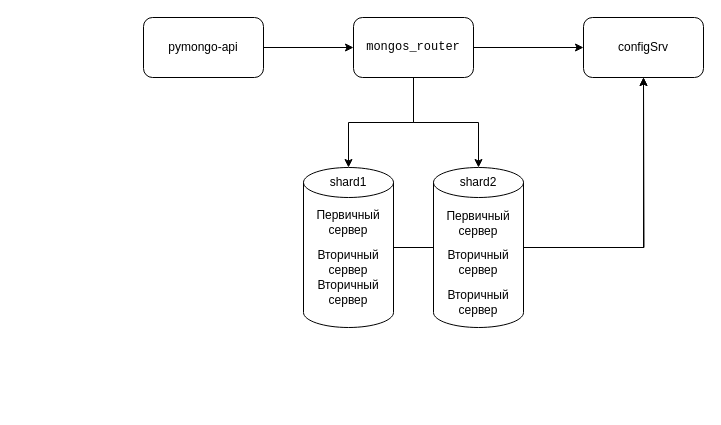
sadam-agashirinov/sprint-2-task keeps this draw.io diagram as page "Задание №1 - Схема №2" (3 of 6) of schema.drawio. Above is the earlier version. Source tidied: cells renumbered, new cells numbered last; positions are measured from the earlier drawing's top-left corner, leaving out a move shared by most shapes. Both pictures are drawn from the tidied source at 100%, with x=0, y=0 at pixel (143, 17).
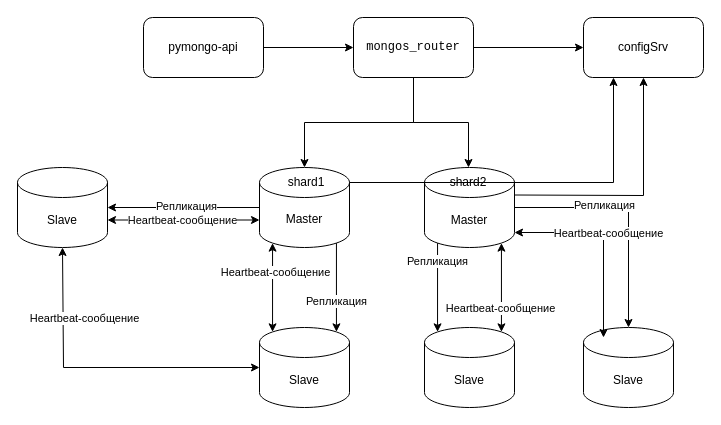
The same diagram, later.

Unchanged cells that the change refers to:
```xml
<mxCell id="6" value="&lt;pre class=&quot;code-block__code-wrapper&quot;&gt;&lt;code class=&quot;code-block__code bash&quot;&gt;mongos_router&lt;/code&gt;&lt;/pre&gt;" style="rounded=1;whiteSpace=wrap;html=1;" parent="1" vertex="1">
  <mxGeometry x="210" width="120" height="60" as="geometry" />
</mxCell>
<mxCell id="20" value="configSrv" style="rounded=1;whiteSpace=wrap;html=1;" parent="1" vertex="1">
  <mxGeometry x="440" width="120" height="60" as="geometry" />
</mxCell>
```

The edit, as a diff of the source:
```diff
@@
-    <mxCell id="5" style="edgeStyle=orthogonalEdgeStyle;rounded=0;jettySize=auto;html=1;" parent="1" edge="1" source="6" target="15">
-      <mxGeometry relative="1" as="geometry" />
-    </mxCell>
+    <mxCell id="23" style="edgeStyle=orthogonalEdgeStyle;rounded=0;jettySize=auto;html=1;entryX=0.5;entryY=0;entryDx=0;entryDy=0;" parent="1" edge="1" source="6" target="16">
+      <mxGeometry relative="1" as="geometry" />
+    </mxCell>
@@
     <mxCell id="7" style="group;" parent="1" vertex="1">
-      <mxGeometry x="160" y="150" width="90" height="160" as="geometry" />
+      <mxGeometry x="150" y="150" width="90" height="80" as="geometry" />
     </mxCell>
-    <mxCell id="8" style="edgeStyle=orthogonalEdgeStyle;rounded=0;jettySize=auto;html=1;" parent="7" edge="1" source="9">
-      <mxGeometry relative="1" as="geometry">
-        <mxPoint x="340" y="-90" as="targetPoint" />
-      </mxGeometry>
-    </mxCell>
     <mxCell id="9" style="shape=cylinder3;whiteSpace=wrap;html=1;boundedLbl=1;backgroundOutline=1;size=15;" parent="7" vertex="1">
-      <mxGeometry width="90" height="160" as="geometry" />
+      <mxGeometry x="-34" width="90" height="80" as="geometry" />
     </mxCell>
     <mxCell id="10" value="shard1" style="text;html=1;align=center;verticalAlign=middle;whiteSpace=wrap;rounded=0;" parent="7" vertex="1">
-      <mxGeometry x="15" width="60" height="30" as="geometry" />
+      <mxGeometry x="-17" y="7" width="60" height="15" as="geometry" />
     </mxCell>
-    <mxCell id="11" value="Первичный сервер" style="text;html=1;align=center;verticalAlign=middle;whiteSpace=wrap;rounded=0;" parent="7" vertex="1">
-      <mxGeometry x="15" y="40" width="60" height="30" as="geometry" />
+    <mxCell id="11" value="Master" style="text;html=1;align=center;verticalAlign=middle;whiteSpace=wrap;rounded=0;" parent="7" vertex="1">
+      <mxGeometry x="-19" y="44" width="60" height="15" as="geometry" />
     </mxCell>
-    <mxCell id="12" value="Вторичный сервер" style="text;html=1;align=center;verticalAlign=middle;whiteSpace=wrap;rounded=0;" parent="7" vertex="1">
-      <mxGeometry x="15" y="80" width="60" height="30" as="geometry" />
-    </mxCell>
-    <mxCell id="13" value="Вторичный сервер" style="text;html=1;align=center;verticalAlign=middle;whiteSpace=wrap;rounded=0;" parent="7" vertex="1">
-      <mxGeometry x="15" y="110" width="60" height="30" as="geometry" />
-    </mxCell>
-    <mxCell id="14" style="group;" parent="1" vertex="1">
-      <mxGeometry x="290" y="150" width="90" height="160" as="geometry" />
-    </mxCell>
-    <mxCell id="15" style="shape=cylinder3;whiteSpace=wrap;html=1;boundedLbl=1;backgroundOutline=1;size=15;" parent="14" vertex="1">
-      <mxGeometry width="90" height="160" as="geometry" />
-    </mxCell>
-    <mxCell id="16" value="shard2" style="text;html=1;align=center;verticalAlign=middle;whiteSpace=wrap;rounded=0;" parent="14" vertex="1">
-      <mxGeometry x="15" y="-12" width="60" height="53.3" as="geometry" />
-    </mxCell>
-    <mxCell id="17" value="Первичный сервер" style="text;html=1;align=center;verticalAlign=middle;whiteSpace=wrap;rounded=0;" parent="14" vertex="1">
-      <mxGeometry x="15" y="41.3" width="60" height="30" as="geometry" />
-    </mxCell>
-    <mxCell id="18" value="Вторичный сервер" style="text;html=1;align=center;verticalAlign=middle;whiteSpace=wrap;rounded=0;" parent="14" vertex="1">
-      <mxGeometry x="15" y="80" width="60" height="30" as="geometry" />
-    </mxCell>
-    <mxCell id="19" value="Вторичный сервер" style="text;html=1;align=center;verticalAlign=middle;whiteSpace=wrap;rounded=0;" parent="14" vertex="1">
-      <mxGeometry x="15" y="120" width="60" height="30" as="geometry" />
-    </mxCell>
@@
-    <mxCell id="21" style="edgeStyle=orthogonalEdgeStyle;rounded=0;jettySize=auto;html=1;entryX=0.5;entryY=0;entryDx=0;entryDy=0;entryPerimeter=0;" parent="1" edge="1" source="6" target="9">
+    <mxCell id="21" style="edgeStyle=orthogonalEdgeStyle;rounded=0;jettySize=auto;html=1;entryX=0.5;entryY=0;entryDx=0;entryDy=0;entryPerimeter=0;exitX=0.5;exitY=1;exitDx=0;exitDy=0;" parent="1" edge="1" source="6" target="9">
       <mxGeometry relative="1" as="geometry" />
     </mxCell>
-    <mxCell id="22" style="edgeStyle=orthogonalEdgeStyle;rounded=0;jettySize=auto;html=1;entryX=0.5;entryY=1;entryDx=0;entryDy=0;" parent="1" edge="1" source="15" target="20">
-      <mxGeometry relative="1" as="geometry" />
-    </mxCell>
+    <mxCell id="24" value="Slave" style="shape=cylinder3;whiteSpace=wrap;html=1;boundedLbl=1;backgroundOutline=1;size=15;" parent="1" vertex="1">
+      <mxGeometry x="116" y="310" width="90" height="80" as="geometry" />
+    </mxCell>
+    <mxCell id="25" style="edgeStyle=orthogonalEdgeStyle;rounded=0;jettySize=auto;html=1;exitX=0.855;exitY=1;exitDx=0;exitDy=-4.35;exitPerimeter=0;entryX=0.855;entryY=0;entryDx=0;entryDy=4.35;entryPerimeter=0;" parent="1" edge="1" source="9" target="24">
+      <mxGeometry relative="1" as="geometry" />
+    </mxCell>
+    <mxCell id="26" value="Репликация" style="edgeLabel;html=1;align=center;verticalAlign=middle;" parent="25" vertex="1">
+      <mxGeometry x="-0.11" relative="1" as="geometry">
+        <mxPoint y="19" as="offset" />
+      </mxGeometry>
+    </mxCell>
+    <mxCell id="27" value="Slave" style="shape=cylinder3;whiteSpace=wrap;html=1;boundedLbl=1;backgroundOutline=1;size=15;" parent="1" vertex="1">
+      <mxGeometry x="-126" y="150" width="90" height="80" as="geometry" />
+    </mxCell>
+    <mxCell id="28" style="edgeStyle=orthogonalEdgeStyle;rounded=0;jettySize=auto;html=1;" parent="1" edge="1" source="9" target="27">
+      <mxGeometry relative="1" as="geometry" />
+    </mxCell>
+    <mxCell id="29" value="Репликация" style="edgeLabel;html=1;align=center;verticalAlign=middle;" parent="28" vertex="1">
+      <mxGeometry x="-0.02" y="-2" relative="1" as="geometry" />
+    </mxCell>
+    <mxCell id="30" style="endArrow=classic;startArrow=classic;html=1;rounded=0;entryX=0.5;entryY=1;entryDx=0;entryDy=0;entryPerimeter=0;exitX=0;exitY=0.5;exitDx=0;exitDy=0;exitPerimeter=0;" parent="1" edge="1" source="24" target="27">
+      <mxGeometry relative="1" as="geometry">
+        <Array as="points">
+          <mxPoint x="-80" y="350" />
+        </Array>
+      </mxGeometry>
+    </mxCell>
+    <mxCell id="31" value="Heartbeat-сообщение" style="edgeLabel;html=1;align=center;verticalAlign=middle;" parent="30" vertex="1">
+      <mxGeometry y="-3" relative="1" as="geometry">
+        <mxPoint x="-18" y="-47" as="offset" />
+      </mxGeometry>
+    </mxCell>
+    <mxCell id="32" style="endArrow=classic;startArrow=classic;html=1;rounded=0;entryX=0;entryY=0;entryDx=0;entryDy=52.5;entryPerimeter=0;exitX=1;exitY=0;exitDx=0;exitDy=52.5;exitPerimeter=0;" parent="1" edge="1" source="27" target="9">
+      <mxGeometry relative="1" as="geometry" />
+    </mxCell>
+    <mxCell id="33" value="Heartbeat-сообщение" style="edgeLabel;html=1;align=center;verticalAlign=middle;" parent="32" vertex="1">
+      <mxGeometry x="-0.44" relative="1" as="geometry">
+        <mxPoint x="31" as="offset" />
+      </mxGeometry>
+    </mxCell>
+    <mxCell id="34" style="endArrow=classic;startArrow=classic;html=1;rounded=0;entryX=0.145;entryY=1;entryDx=0;entryDy=-4.35;entryPerimeter=0;exitX=0.145;exitY=0;exitDx=0;exitDy=4.35;exitPerimeter=0;" parent="1" edge="1" source="24" target="9">
+      <mxGeometry relative="1" as="geometry" />
+    </mxCell>
+    <mxCell id="35" value="Heartbeat-сообщение" style="edgeLabel;html=1;align=center;verticalAlign=middle;" parent="34" vertex="1">
+      <mxGeometry x="0.14" y="1" relative="1" as="geometry">
+        <mxPoint x="3" y="-9" as="offset" />
+      </mxGeometry>
+    </mxCell>
+    <mxCell id="36" style="edgeStyle=orthogonalEdgeStyle;rounded=0;jettySize=auto;html=1;entryX=0.5;entryY=0;entryDx=0;entryDy=0;entryPerimeter=0;exitX=1;exitY=0.5;exitDx=0;exitDy=0;exitPerimeter=0;" parent="1" edge="1" source="40" target="41">
+      <mxGeometry relative="1" as="geometry" />
+    </mxCell>
+    <mxCell id="37" value="Репликация" style="edgeLabel;html=1;align=center;verticalAlign=middle;" parent="36" vertex="1">
+      <mxGeometry x="-0.48" y="3" relative="1" as="geometry">
+        <mxPoint x="28" as="offset" />
+      </mxGeometry>
+    </mxCell>
+    <mxCell id="38" style="edgeStyle=orthogonalEdgeStyle;rounded=0;jettySize=auto;html=1;exitX=0.145;exitY=1;exitDx=0;exitDy=-4.35;exitPerimeter=0;entryX=0.145;entryY=0;entryDx=0;entryDy=4.35;entryPerimeter=0;" parent="1" edge="1" source="40" target="42">
+      <mxGeometry relative="1" as="geometry" />
+    </mxCell>
+    <mxCell id="39" value="Репликация" style="edgeLabel;html=1;align=center;verticalAlign=middle;" parent="38" vertex="1">
+      <mxGeometry x="-0.12" y="-1" relative="1" as="geometry">
+        <mxPoint y="-21" as="offset" />
+      </mxGeometry>
+    </mxCell>
+    <mxCell id="40" value="Master" style="shape=cylinder3;whiteSpace=wrap;html=1;boundedLbl=1;backgroundOutline=1;size=15;" parent="1" vertex="1">
+      <mxGeometry x="281" y="150" width="90" height="80" as="geometry" />
+    </mxCell>
+    <mxCell id="16" value="shard2" style="text;html=1;align=center;verticalAlign=middle;whiteSpace=wrap;rounded=0;" parent="1" vertex="1">
+      <mxGeometry x="295" y="150" width="60" height="30" as="geometry" />
+    </mxCell>
+    <mxCell id="41" value="Slave" style="shape=cylinder3;whiteSpace=wrap;html=1;boundedLbl=1;backgroundOutline=1;size=15;" parent="1" vertex="1">
+      <mxGeometry x="440" y="310" width="90" height="80" as="geometry" />
+    </mxCell>
+    <mxCell id="42" value="Slave" style="shape=cylinder3;whiteSpace=wrap;html=1;boundedLbl=1;backgroundOutline=1;size=15;" parent="1" vertex="1">
+      <mxGeometry x="281" y="310" width="90" height="80" as="geometry" />
+    </mxCell>
+    <mxCell id="43" style="endArrow=classic;startArrow=classic;html=1;rounded=0;entryX=0.855;entryY=1;entryDx=0;entryDy=-4.35;entryPerimeter=0;exitX=0.855;exitY=0;exitDx=0;exitDy=4.35;exitPerimeter=0;" parent="1" edge="1" source="42" target="40">
+      <mxGeometry relative="1" as="geometry" />
+    </mxCell>
+    <mxCell id="44" value="Heartbeat-сообщение" style="edgeLabel;html=1;align=center;verticalAlign=middle;" parent="43" vertex="1">
+      <mxGeometry x="-0.47" y="1" relative="1" as="geometry" />
+    </mxCell>
+    <mxCell id="45" style="endArrow=classic;startArrow=classic;html=1;rounded=0;exitX=1;exitY=1;exitDx=0;exitDy=-15;exitPerimeter=0;" parent="1" edge="1" source="40">
+      <mxGeometry relative="1" as="geometry">
+        <mxPoint x="460" y="320" as="targetPoint" />
+        <Array as="points">
+          <mxPoint x="460" y="215" />
+        </Array>
+      </mxGeometry>
+    </mxCell>
+    <mxCell id="46" value="Heartbeat-сообщение" style="edgeLabel;html=1;align=center;verticalAlign=middle;" parent="45" vertex="1">
+      <mxGeometry x="-0.11" relative="1" as="geometry">
+        <mxPoint x="7" as="offset" />
+      </mxGeometry>
+    </mxCell>
+    <mxCell id="47" style="endArrow=classic;html=1;rounded=0;exitX=1;exitY=0;exitDx=0;exitDy=27.5;exitPerimeter=0;entryX=0.5;entryY=1;entryDx=0;entryDy=0;" parent="1" edge="1" source="40" target="20">
+      <mxGeometry relative="1" as="geometry">
+        <Array as="points">
+          <mxPoint x="500" y="178" />
+        </Array>
+      </mxGeometry>
+    </mxCell>
+    <mxCell id="48" style="endArrow=classic;html=1;rounded=0;exitX=1;exitY=0;exitDx=0;exitDy=15;exitPerimeter=0;entryX=0.25;entryY=1;entryDx=0;entryDy=0;" parent="1" edge="1" source="9" target="20">
+      <mxGeometry relative="1" as="geometry">
+        <Array as="points">
+          <mxPoint x="470" y="165" />
+        </Array>
+      </mxGeometry>
+    </mxCell>
```
